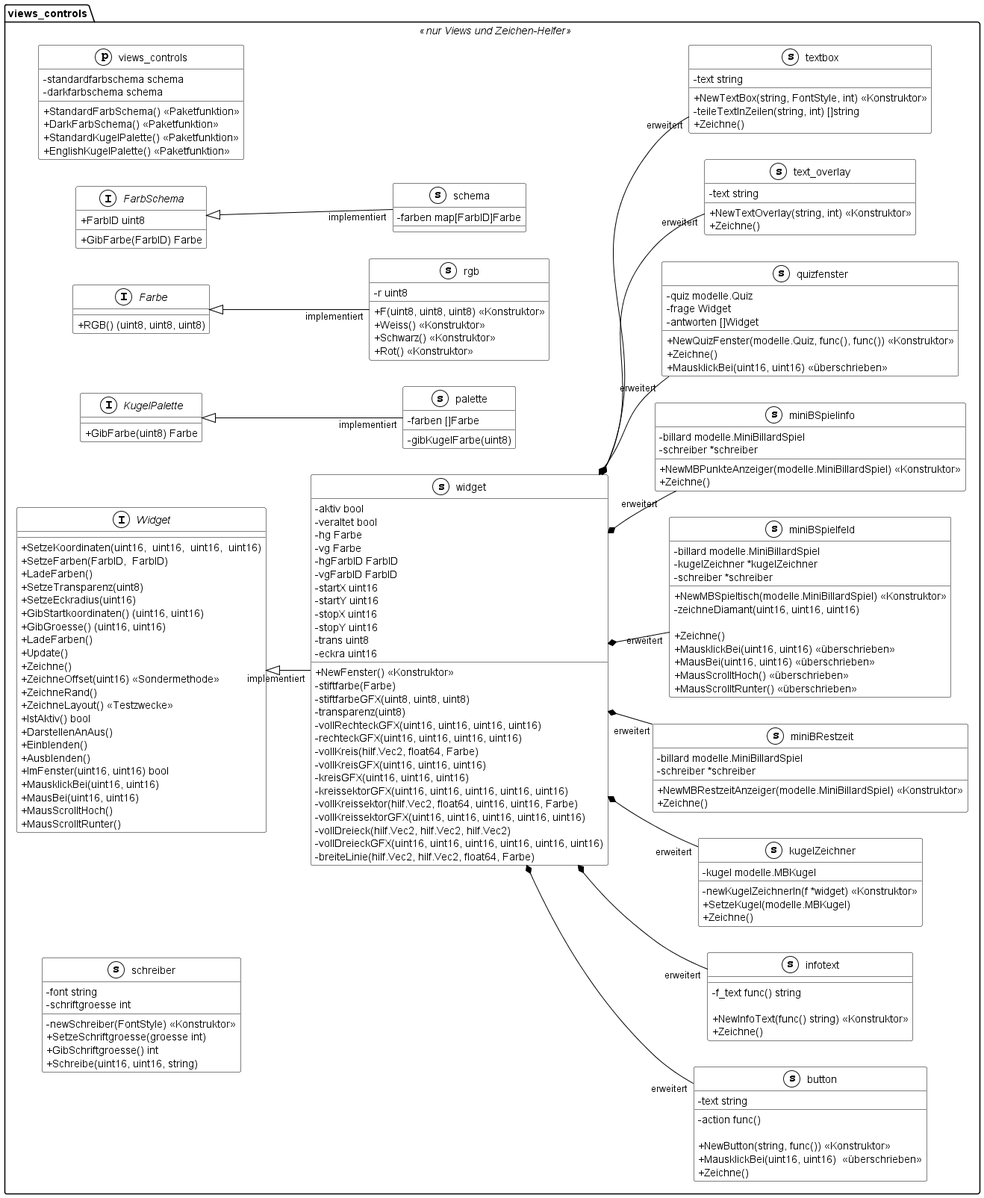
Earlier version of the PlantUML export documentation/UML/views.png (Fussbroich/lwb-SWP).
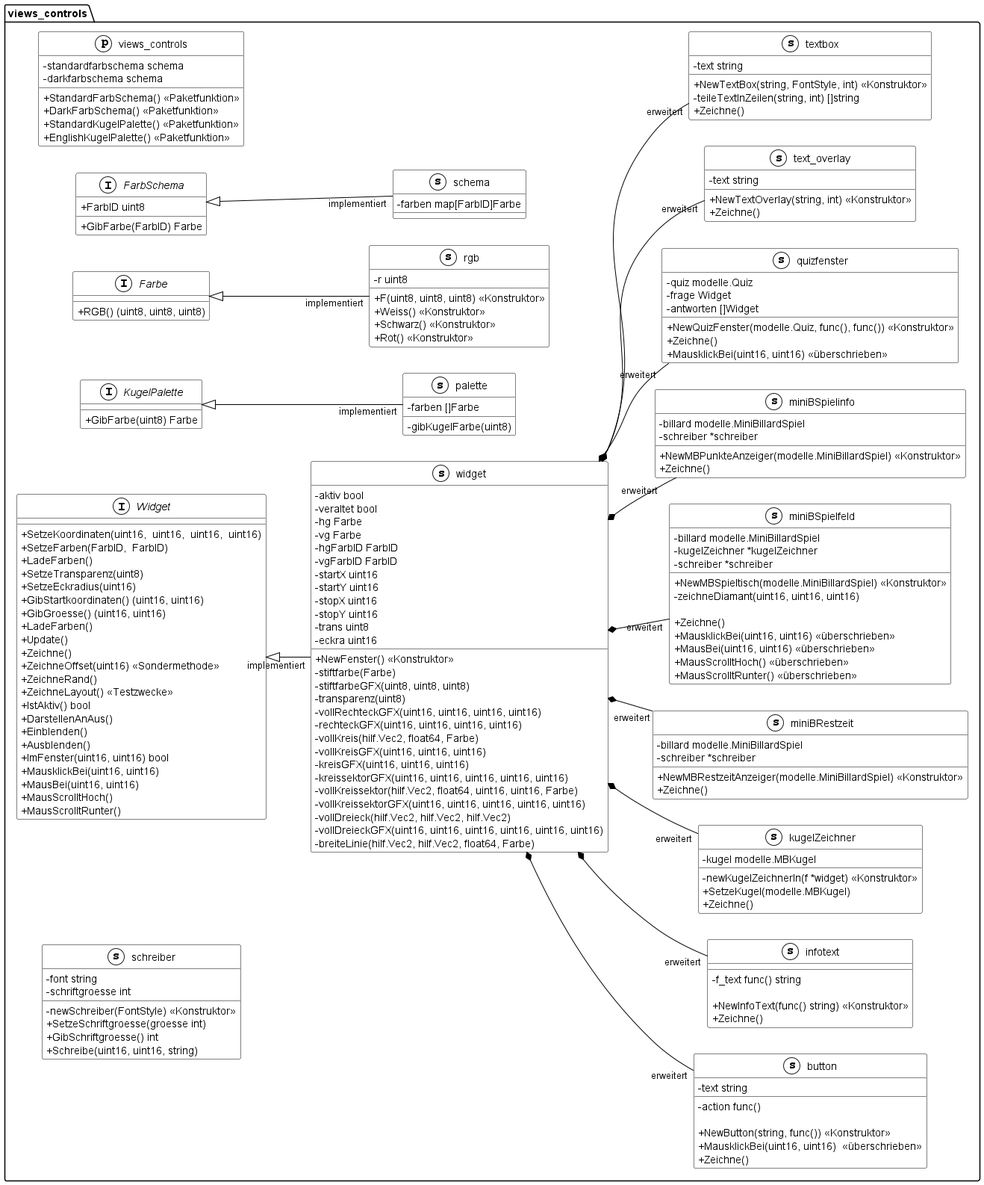
The same diagram one commit later.

Commit message:
enhanced example code, enhanced docu uml

What changed in the source:
```diff
@@ -6,7 +6,7 @@
 BorderColor Black
 }
 left to right direction
-namespace views_controls << nur Views und Zeichen-Helfer >> {
+namespace views_controls{
     class views_controls << (p,White) >>{
         - standardfarbschema schema
         - darkfarbschema schema
```
